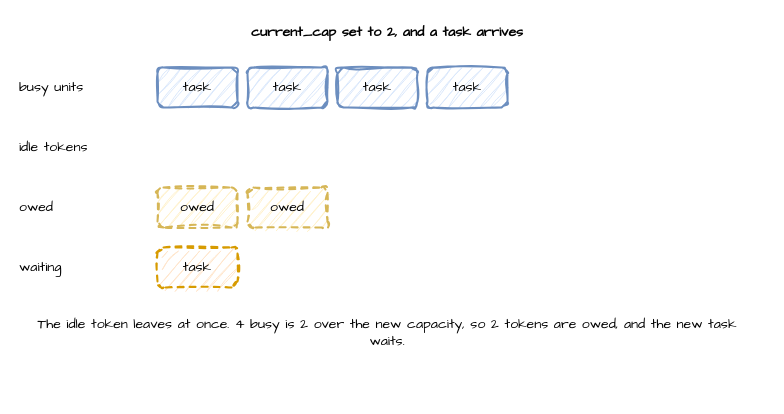
Earlier version of the draw.io diagram page "step 2" (2 of 5) of docs/assets/diagrams/resource-shrink.drawio (jaehyeon-kim/desflow). Source tidied: cells renumbered, new cells numbered last; positions are measured from the earlier drawing's top-left corner, leaving out a move shared by most shapes. Both pictures are drawn from the tidied source at 100%, with x=0, y=0 at pixel (17, 17).
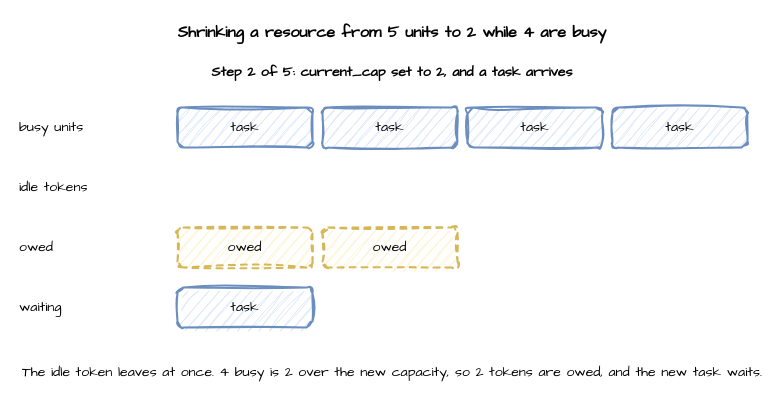
After the change.

Diff of the diagram source:
```diff
@@
 <mxGraphModel>
   <root>
     <mxCell id="0" />
     <mxCell id="1" parent="0" />
+    <mxCell id="15" value="Shrinking a resource from 5 units to 2 while 4 are busy" style="text;html=1;align=center;verticalAlign=middle;whiteSpace=wrap;fontFamily=Comic Sans MS;fontSize=16;fontStyle=1;" parent="1" vertex="1">
+      <mxGeometry width="750" height="30" as="geometry" />
+    </mxCell>
-    <mxCell id="2" value="current_cap set to 2, and a task arrives" style="text;html=1;align=center;verticalAlign=middle;whiteSpace=wrap;html=1;sketch=1;curveFitting=1;jiggle=2;fontFamily=Comic Sans MS;fontSize=14;fontStyle=1;" parent="1" vertex="1">
-      <mxGeometry width="740" height="30" as="geometry" />
+    <mxCell id="2" value="Step 2 of 5: current_cap set to 2, and a task arrives" style="text;html=1;align=center;verticalAlign=middle;whiteSpace=wrap;html=1;sketch=1;curveFitting=1;jiggle=2;fontFamily=Comic Sans MS;fontSize=14;fontStyle=1;" parent="1" vertex="1">
+      <mxGeometry y="40" width="750" height="30" as="geometry" />
     </mxCell>
     <mxCell id="3" value="busy units" style="text;html=1;align=center;verticalAlign=middle;whiteSpace=wrap;html=1;sketch=1;curveFitting=1;jiggle=2;fontFamily=Comic Sans MS;fontSize=14;align=left;" parent="1" vertex="1">
-      <mxGeometry y="50" width="120" height="40" as="geometry" />
+      <mxGeometry y="90" width="120" height="40" as="geometry" />
     </mxCell>
     <mxCell id="4" value="task" style="rounded=1;whiteSpace=wrap;html=1;sketch=1;curveFitting=1;jiggle=2;fontFamily=Comic Sans MS;fontSize=14;fillColor=#dae8fc;strokeColor=#6c8ebf;strokeWidth=2;" parent="1" vertex="1">
-      <mxGeometry x="140" y="50" width="80" height="40" as="geometry" />
+      <mxGeometry x="160" y="90" width="135" height="40" as="geometry" />
     </mxCell>
     <mxCell id="5" value="task" style="rounded=1;whiteSpace=wrap;html=1;sketch=1;curveFitting=1;jiggle=2;fontFamily=Comic Sans MS;fontSize=14;fillColor=#dae8fc;strokeColor=#6c8ebf;strokeWidth=2;" parent="1" vertex="1">
-      <mxGeometry x="230" y="50" width="80" height="40" as="geometry" />
+      <mxGeometry x="305" y="90" width="135" height="40" as="geometry" />
     </mxCell>
     <mxCell id="6" value="task" style="rounded=1;whiteSpace=wrap;html=1;sketch=1;curveFitting=1;jiggle=2;fontFamily=Comic Sans MS;fontSize=14;fillColor=#dae8fc;strokeColor=#6c8ebf;strokeWidth=2;" parent="1" vertex="1">
-      <mxGeometry x="320" y="50" width="80" height="40" as="geometry" />
+      <mxGeometry x="450" y="90" width="135" height="40" as="geometry" />
     </mxCell>
     <mxCell id="7" value="task" style="rounded=1;whiteSpace=wrap;html=1;sketch=1;curveFitting=1;jiggle=2;fontFamily=Comic Sans MS;fontSize=14;fillColor=#dae8fc;strokeColor=#6c8ebf;strokeWidth=2;" parent="1" vertex="1">
-      <mxGeometry x="410" y="50" width="80" height="40" as="geometry" />
+      <mxGeometry x="595" y="90" width="135" height="40" as="geometry" />
     </mxCell>
     <mxCell id="8" value="idle tokens" style="text;html=1;align=center;verticalAlign=middle;whiteSpace=wrap;html=1;sketch=1;curveFitting=1;jiggle=2;fontFamily=Comic Sans MS;fontSize=14;align=left;" parent="1" vertex="1">
-      <mxGeometry y="110" width="120" height="40" as="geometry" />
+      <mxGeometry y="150" width="120" height="40" as="geometry" />
     </mxCell>
     <mxCell id="9" value="owed" style="text;html=1;align=center;verticalAlign=middle;whiteSpace=wrap;html=1;sketch=1;curveFitting=1;jiggle=2;fontFamily=Comic Sans MS;fontSize=14;align=left;" parent="1" vertex="1">
-      <mxGeometry y="170" width="120" height="40" as="geometry" />
+      <mxGeometry y="210" width="120" height="40" as="geometry" />
     </mxCell>
     <mxCell id="10" value="owed" style="rounded=1;whiteSpace=wrap;html=1;sketch=1;curveFitting=1;jiggle=2;fontFamily=Comic Sans MS;fontSize=14;fillColor=#fff2cc;strokeColor=#d6b656;strokeWidth=2;dashed=1;" parent="1" vertex="1">
-      <mxGeometry x="140" y="170" width="80" height="40" as="geometry" />
+      <mxGeometry x="160" y="210" width="135" height="40" as="geometry" />
     </mxCell>
     <mxCell id="11" value="owed" style="rounded=1;whiteSpace=wrap;html=1;sketch=1;curveFitting=1;jiggle=2;fontFamily=Comic Sans MS;fontSize=14;fillColor=#fff2cc;strokeColor=#d6b656;strokeWidth=2;dashed=1;" parent="1" vertex="1">
-      <mxGeometry x="230" y="170" width="80" height="40" as="geometry" />
+      <mxGeometry x="305" y="210" width="135" height="40" as="geometry" />
     </mxCell>
     <mxCell id="12" value="waiting" style="text;html=1;align=center;verticalAlign=middle;whiteSpace=wrap;html=1;sketch=1;curveFitting=1;jiggle=2;fontFamily=Comic Sans MS;fontSize=14;align=left;" parent="1" vertex="1">
-      <mxGeometry y="230" width="120" height="40" as="geometry" />
+      <mxGeometry y="270" width="120" height="40" as="geometry" />
     </mxCell>
-    <mxCell id="13" value="task" style="rounded=1;whiteSpace=wrap;html=1;sketch=1;curveFitting=1;jiggle=2;fontFamily=Comic Sans MS;fontSize=14;fillColor=#ffe6cc;strokeColor=#d79b00;strokeWidth=2;dashed=1;" parent="1" vertex="1">
-      <mxGeometry x="140" y="230" width="80" height="40" as="geometry" />
+    <mxCell id="13" value="task" style="rounded=1;whiteSpace=wrap;html=1;sketch=1;curveFitting=1;jiggle=2;fontFamily=Comic Sans MS;fontSize=14;fillColor=#dae8fc;strokeColor=#6c8ebf;strokeWidth=2;" parent="1" vertex="1">
+      <mxGeometry x="160" y="270" width="135" height="40" as="geometry" />
     </mxCell>
     <mxCell id="14" value="The idle token leaves at once. 4 busy is 2 over the new capacity, so 2 tokens are owed, and the new task waits." style="text;html=1;align=center;verticalAlign=middle;whiteSpace=wrap;html=1;sketch=1;curveFitting=1;jiggle=2;fontFamily=Comic Sans MS;fontSize=14;" parent="1" vertex="1">
-      <mxGeometry y="290" width="740" height="50" as="geometry" />
+      <mxGeometry y="330" width="750" height="50" as="geometry" />
     </mxCell>
   </root>
 </mxGraphModel>
```
